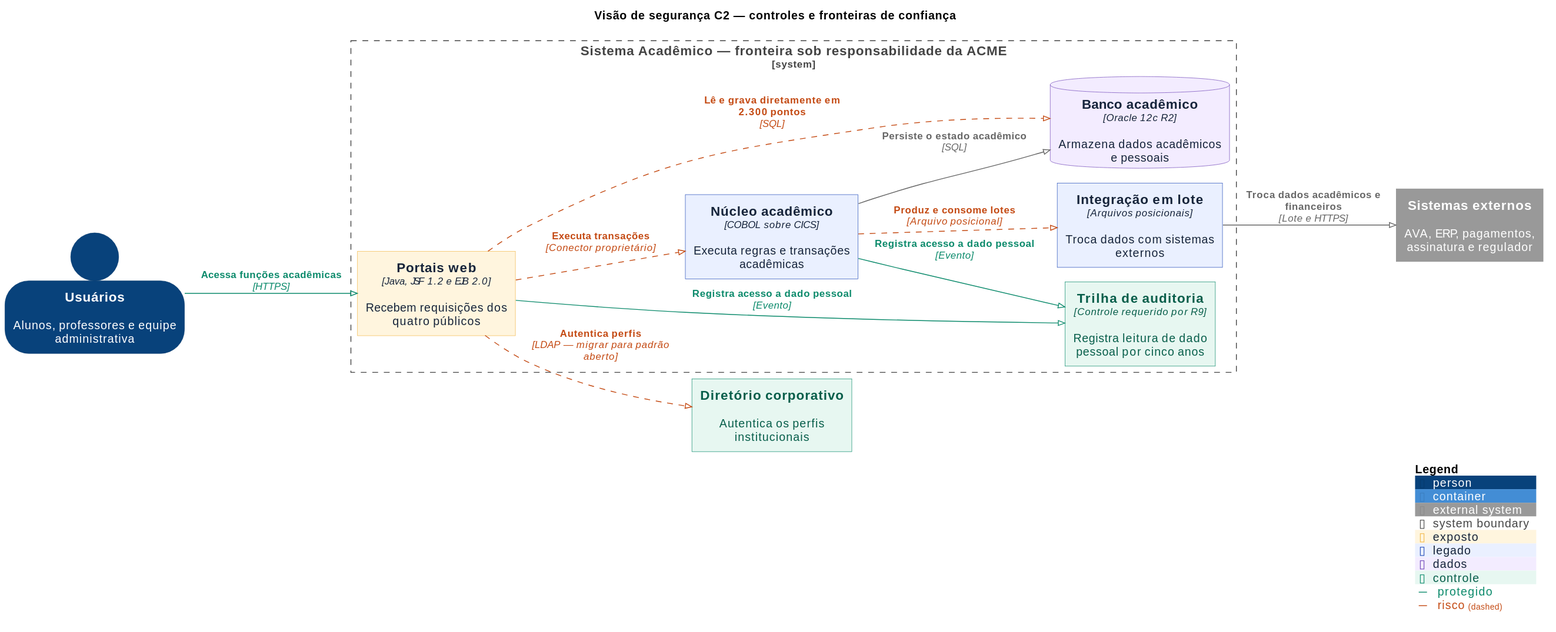
aulas-marco/projeto-arquitetura-software keeps this PlantUML diagram as docs/assets/images/modulo-2-visao-seguranca-c2.svg. Above is the earlier version. The source it was exported from:
```plantuml
@startuml
!pragma layout smetana
!include <C4/C4_Container>

title Visão de segurança C2 — controles e fronteiras de confiança
LAYOUT_LEFT_RIGHT()
HIDE_STEREOTYPE()
SHOW_PERSON_OUTLINE()

AddElementTag("exposto", $bgColor="#FFF5DE", $fontColor="#16243A", $borderColor="#F2B84B")
AddElementTag("legado", $bgColor="#EAF0FF", $fontColor="#16243A", $borderColor="#254DB8")
AddElementTag("dados", $bgColor="#F3ECFF", $fontColor="#16243A", $borderColor="#7047B8")
AddElementTag("controle", $bgColor="#E7F7F1", $fontColor="#075E4A", $borderColor="#0B8A6B")
AddRelTag("protegido", $textColor="#0B8A6B", $lineColor="#0B8A6B")
AddRelTag("risco", $textColor="#C44A13", $lineColor="#C44A13", $lineStyle=DashedLine())

Person(usuario, "Usuários", "Alunos, professores e equipe administrativa")
System_Ext(idp, "Diretório corporativo", "Autentica os perfis institucionais", $tags="controle")
System_Ext(externos, "Sistemas externos", "AVA, ERP, pagamentos, assinatura e regulador")

System_Boundary(acad, "Sistema Acadêmico — fronteira sob responsabilidade da ACME") {
  Container(portais, "Portais web", "Java, JSF 1.2 e EJB 2.0", "Recebem requisições dos quatro públicos", $tags="exposto")
  Container(nucleo, "Núcleo acadêmico", "COBOL sobre CICS", "Executa regras e transações acadêmicas", $tags="legado")
  Container(integracao, "Integração em lote", "Arquivos posicionais", "Troca dados com sistemas externos", $tags="legado")
  ContainerDb(banco, "Banco acadêmico", "Oracle 12c R2", "Armazena dados acadêmicos e pessoais", $tags="dados")
  Container(auditoria, "Trilha de auditoria", "Controle requerido por R9", "Registra leitura de dado pessoal por cinco anos", $tags="controle")
}

Rel(usuario, portais, "Acessa funções acadêmicas", "HTTPS", $tags="protegido")
Rel(portais, idp, "Autentica perfis", "LDAP — migrar para padrão aberto", $tags="risco")
Rel(portais, nucleo, "Executa transações", "Conector proprietário", $tags="risco")
Rel(portais, banco, "Lê e grava diretamente em 2.300 pontos", "SQL", $tags="risco")
Rel(nucleo, banco, "Persiste o estado acadêmico", "SQL")
Rel(nucleo, integracao, "Produz e consome lotes", "Arquivo posicional", $tags="risco")
Rel(integracao, externos, "Troca dados acadêmicos e financeiros", "Lote e HTTPS")
Rel(portais, auditoria, "Registra acesso a dado pessoal", "Evento", $tags="protegido")
Rel(nucleo, auditoria, "Registra acesso a dado pessoal", "Evento", $tags="protegido")

SHOW_LEGEND()
@enduml
```
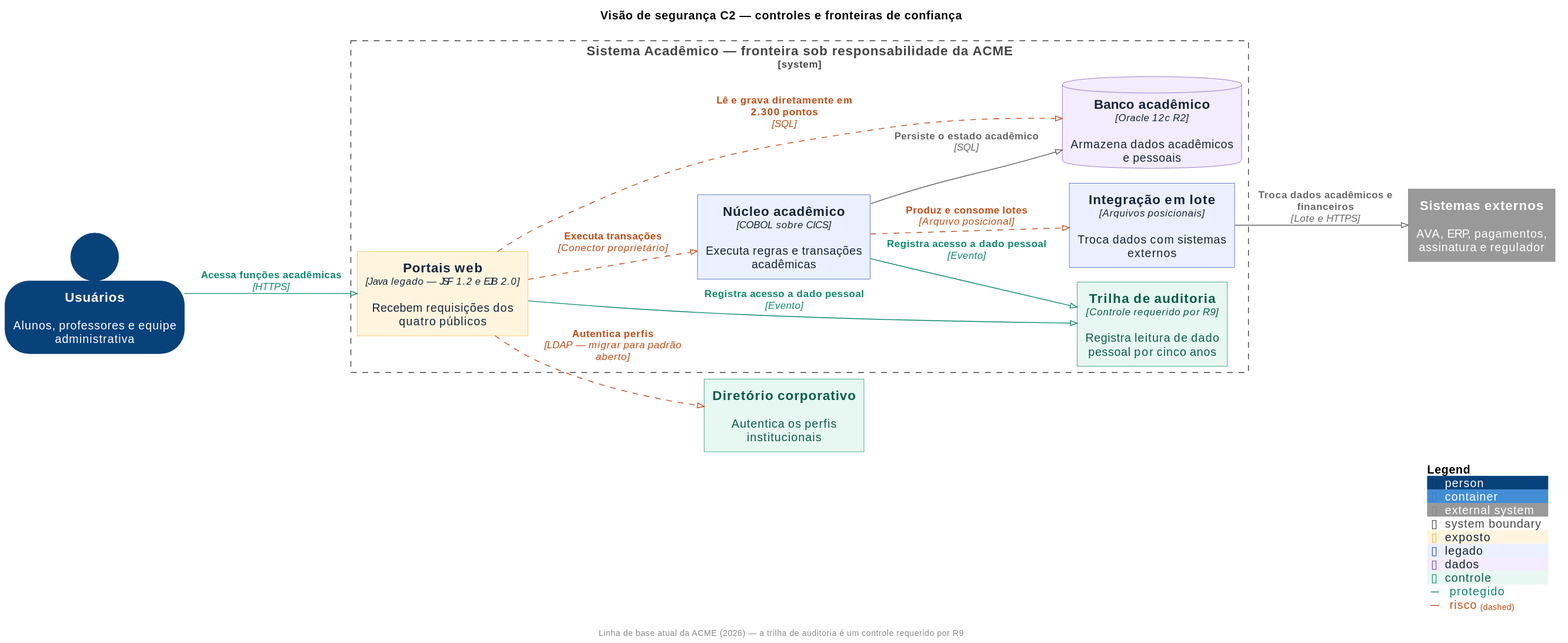
Later version of the same file.

Commit message:
docs(aula-2): identifica visoes da linha de base

Change to the diagram source:
```diff
@@ -3,6 +3,7 @@
 !include <C4/C4_Container>
 
 title Visão de segurança C2 — controles e fronteiras de confiança
+footer Linha de base atual da ACME (2026) — a trilha de auditoria é um controle requerido por R9
 LAYOUT_LEFT_RIGHT()
 HIDE_STEREOTYPE()
 SHOW_PERSON_OUTLINE()
@@ -19,7 +20,7 @@
 System_Ext(externos, "Sistemas externos", "AVA, ERP, pagamentos, assinatura e regulador")
 
 System_Boundary(acad, "Sistema Acadêmico — fronteira sob responsabilidade da ACME") {
-  Container(portais, "Portais web", "Java, JSF 1.2 e EJB 2.0", "Recebem requisições dos quatro públicos", $tags="exposto")
+  Container(portais, "Portais web", "Java legado — JSF 1.2 e EJB 2.0", "Recebem requisições dos quatro públicos", $tags="exposto")
   Container(nucleo, "Núcleo acadêmico", "COBOL sobre CICS", "Executa regras e transações acadêmicas", $tags="legado")
   Container(integracao, "Integração em lote", "Arquivos posicionais", "Troca dados com sistemas externos", $tags="legado")
   ContainerDb(banco, "Banco acadêmico", "Oracle 12c R2", "Armazena dados acadêmicos e pessoais", $tags="dados")
```
